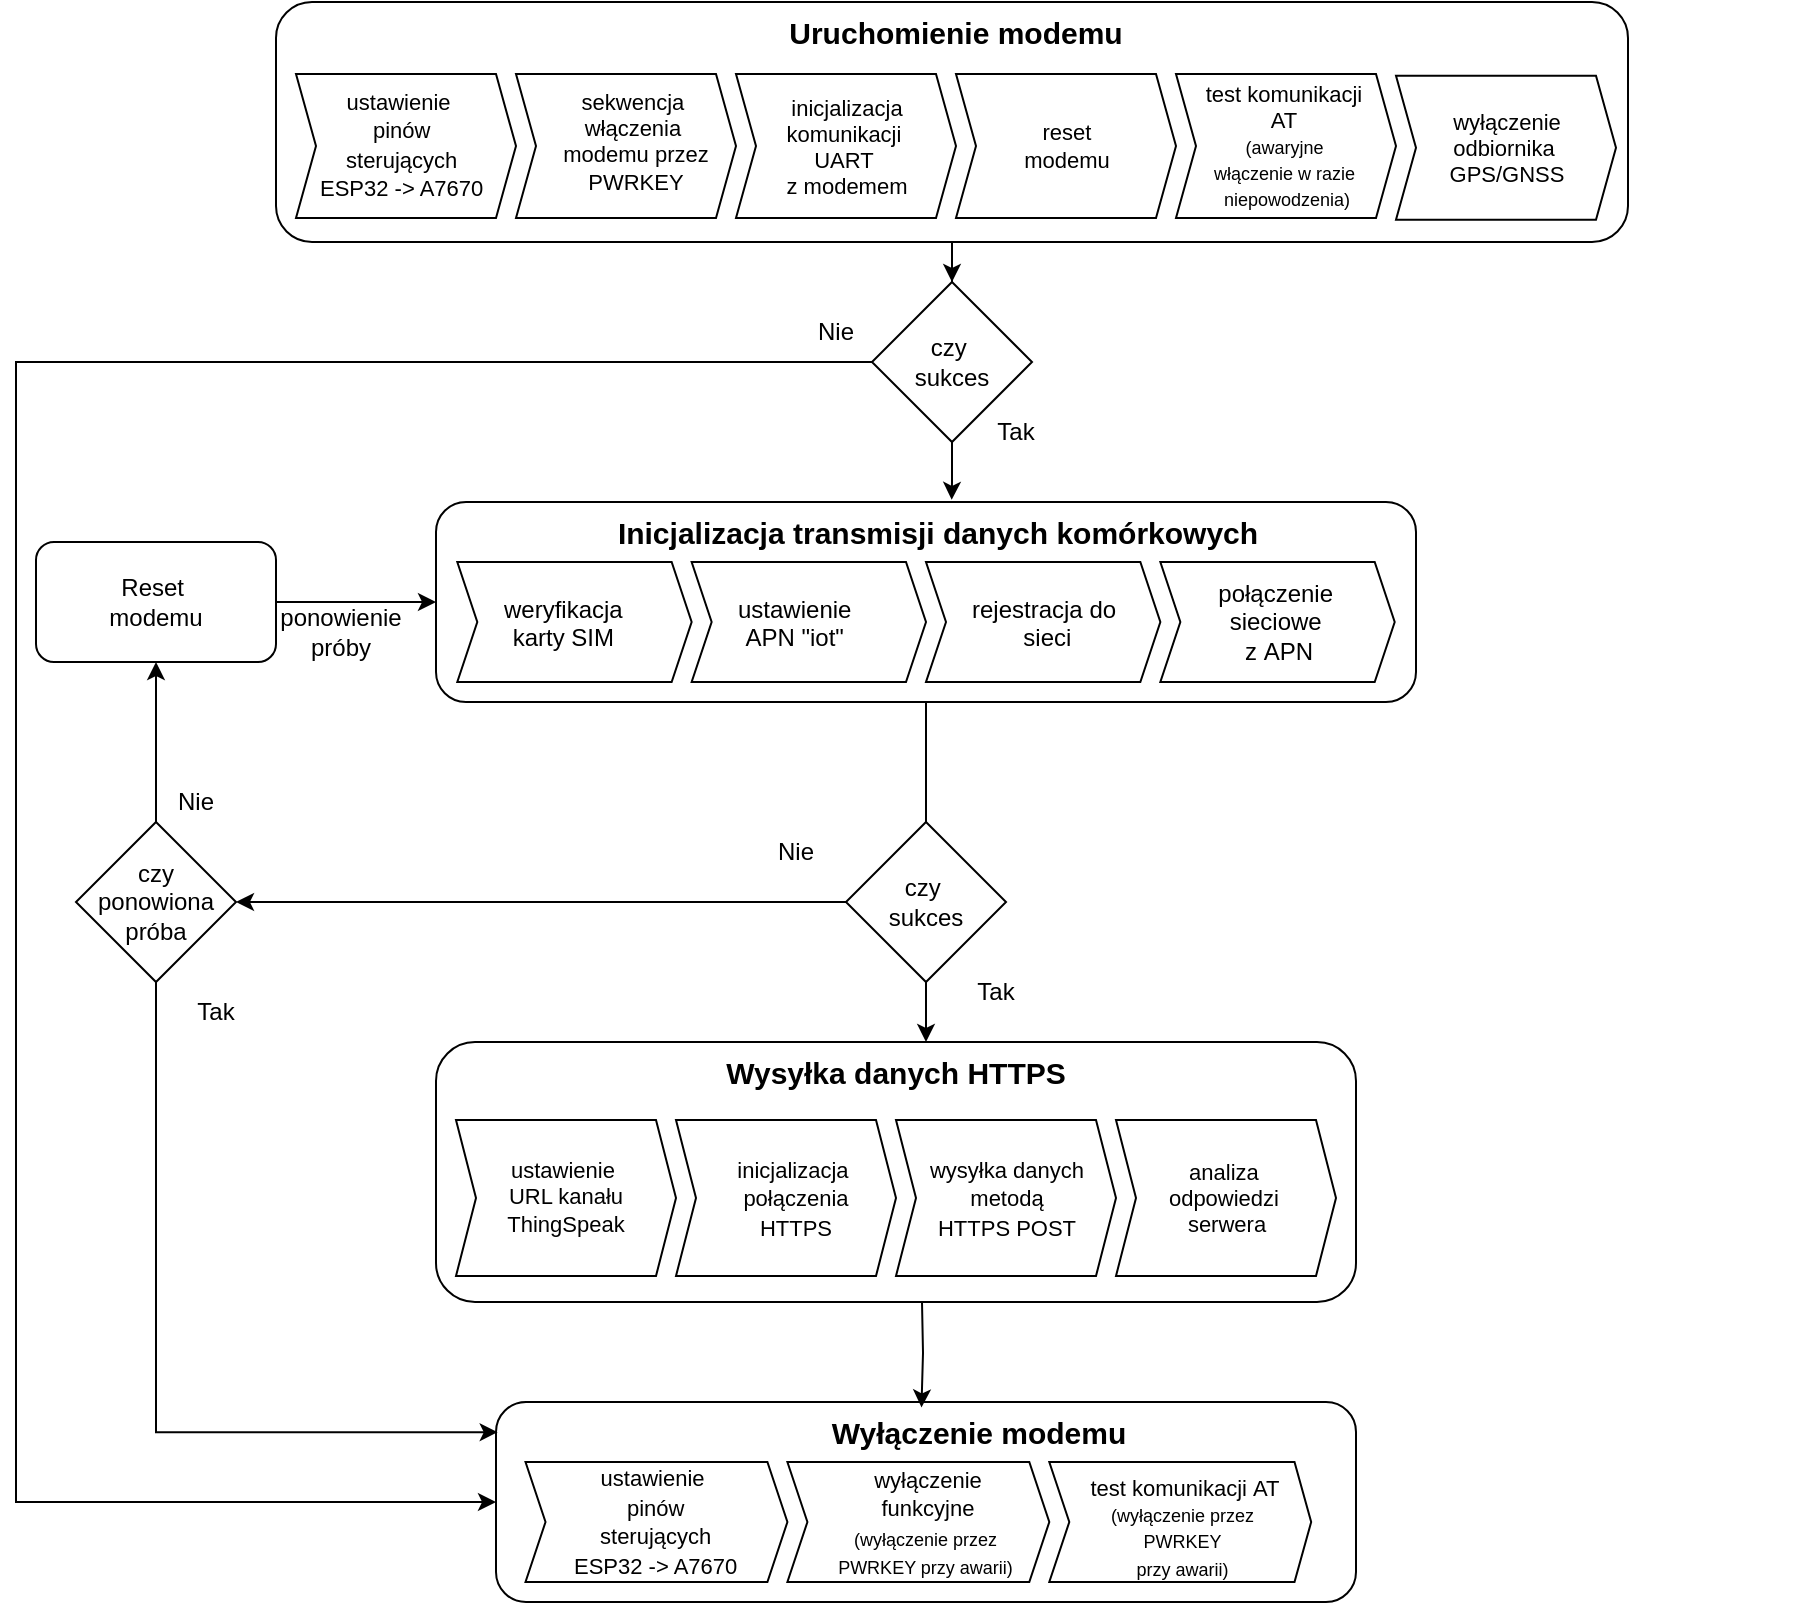
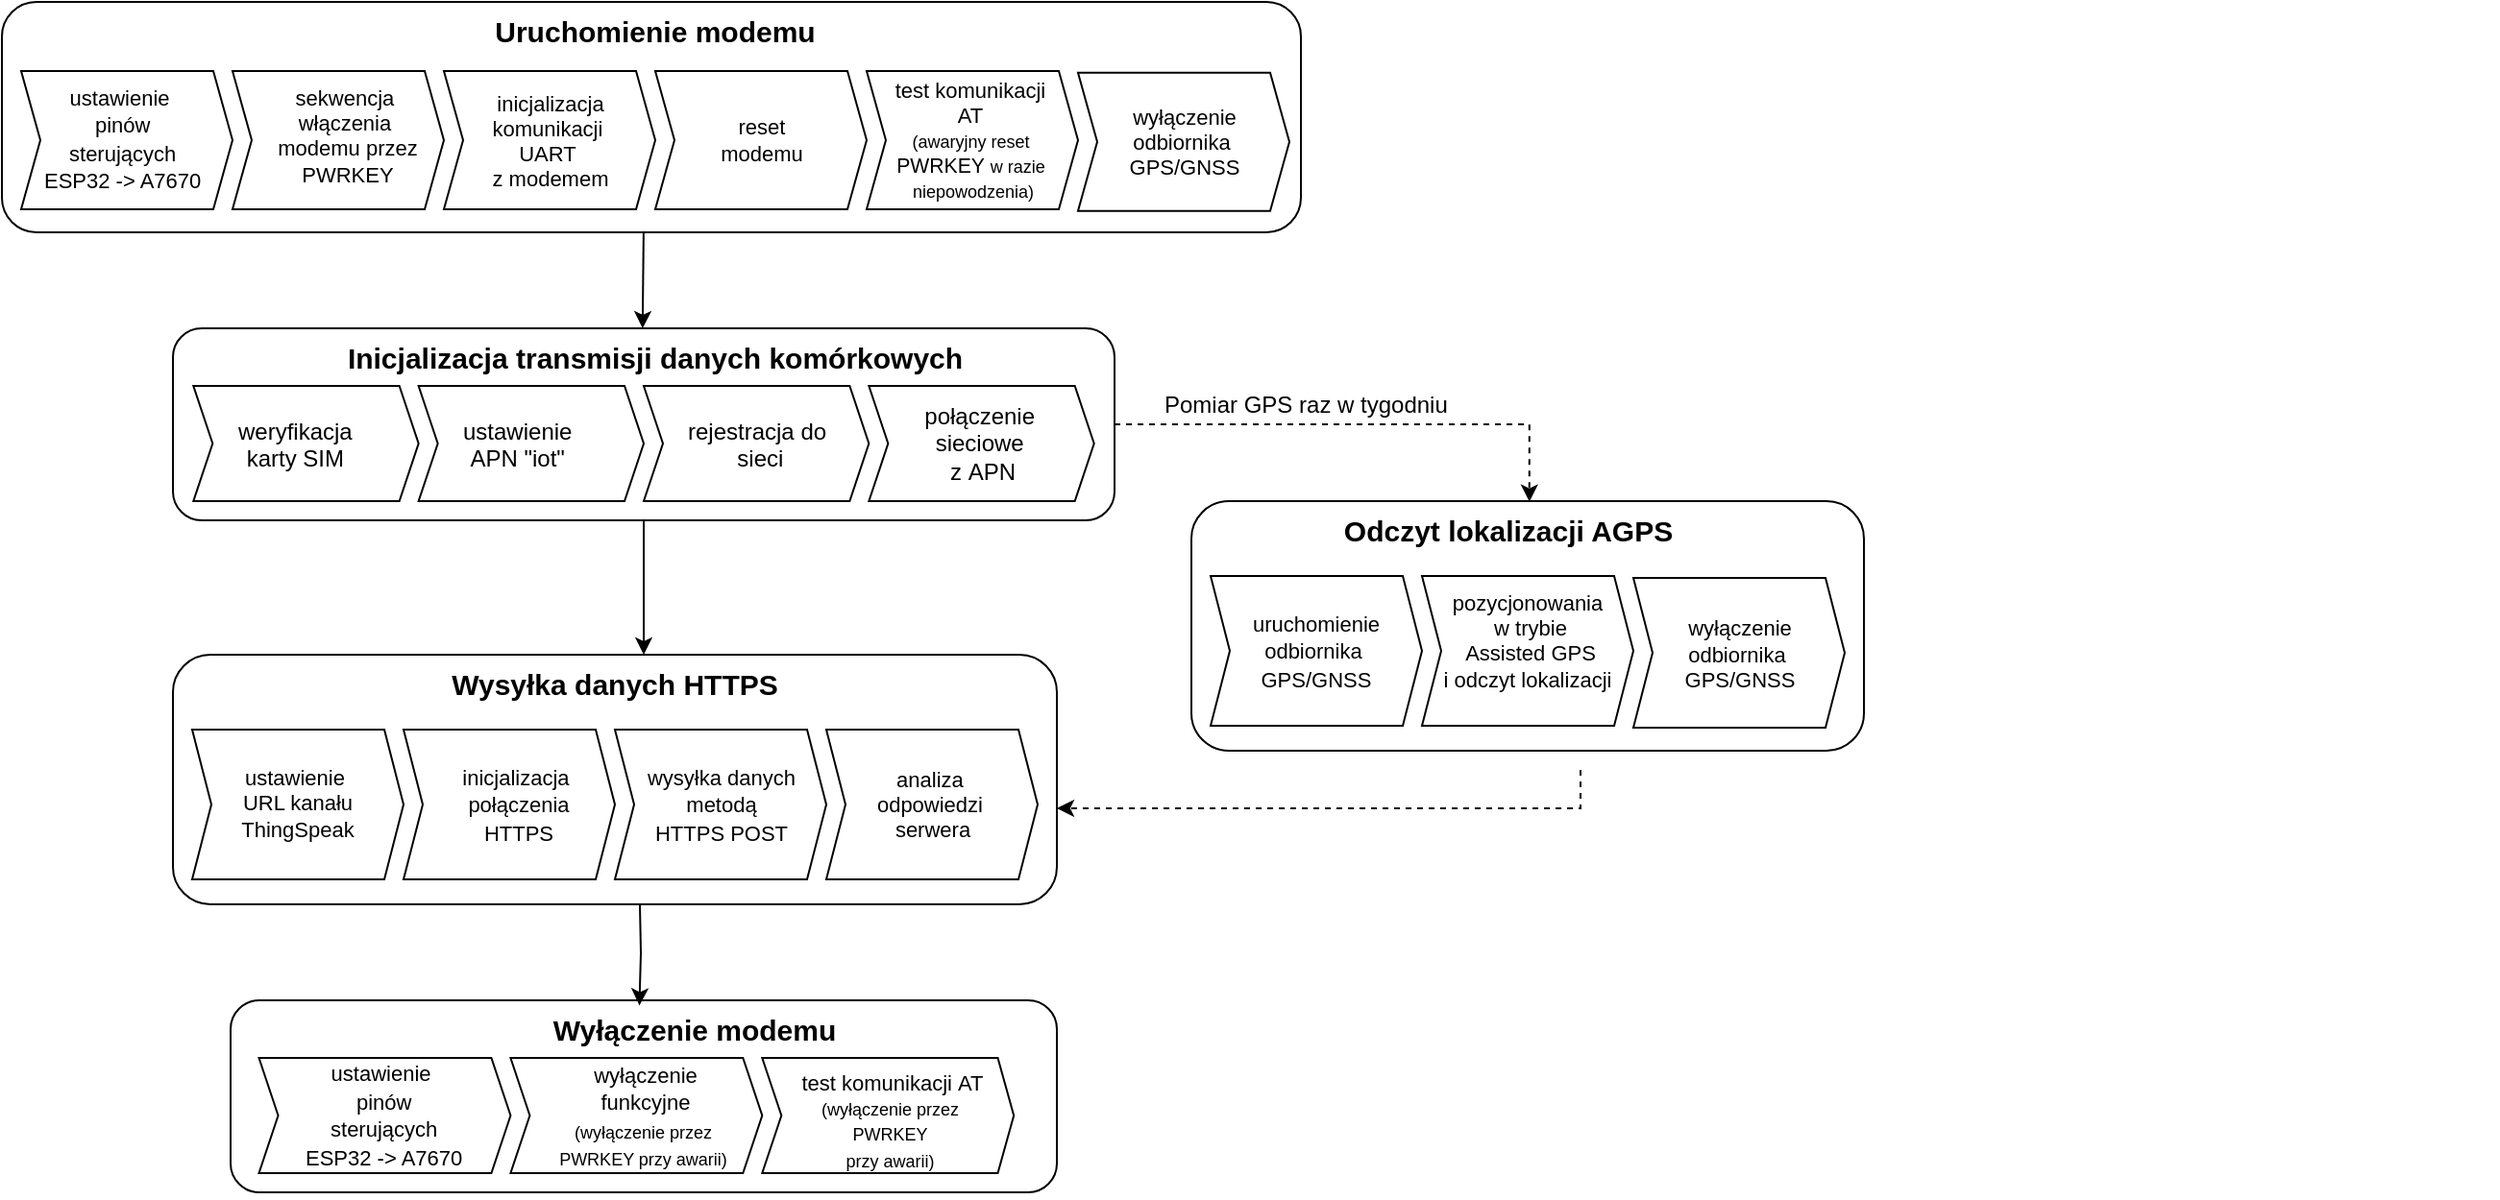
<mxfile host="app.diagrams.net">
  <diagram name="Strona-1" id="qUiWrLwNQSNPpPlMcjFA">
-     <mxGraphModel dx="1141" dy="1971" grid="1" gridSize="10" guides="1" tooltips="1" connect="1" arrows="1" fold="1" page="1" pageScale="1" pageWidth="827" pageHeight="1169" math="0" shadow="0">
+     <mxGraphModel dx="990" dy="653" grid="1" gridSize="10" guides="1" tooltips="1" connect="1" arrows="1" fold="1" page="1" pageScale="1" pageWidth="827" pageHeight="1169" math="0" shadow="0">
      <root>
        <mxCell id="0" />
        <mxCell id="1" parent="0" />
        <mxCell id="zzqq1YDTvUKB0URQ00NY-44" connectable="0" parent="1" style="group" value="" vertex="1">
-           <mxGeometry height="100" width="490.6521739130435" x="650" y="110" as="geometry" />
+           <mxGeometry height="100" width="490.6521739130435" x="650" y="210" as="geometry" />
        </mxCell>
        <mxCell id="zzqq1YDTvUKB0URQ00NY-41" parent="zzqq1YDTvUKB0URQ00NY-44" style="rounded=1;whiteSpace=wrap;html=1;fillColor=none;" value="" vertex="1">
          <mxGeometry height="100" width="490.0000000000001" as="geometry" />
        </mxCell>
        <mxCell id="zzqq1YDTvUKB0URQ00NY-43" connectable="0" parent="zzqq1YDTvUKB0URQ00NY-44" style="group" value="" vertex="1">
          <mxGeometry height="90" width="480" x="10.65217391304348" as="geometry" />
        </mxCell>
        <mxCell id="zzqq1YDTvUKB0URQ00NY-32" parent="zzqq1YDTvUKB0URQ00NY-43" style="html=1;shadow=0;dashed=0;align=center;verticalAlign=middle;shape=mxgraph.arrows2.arrow;dy=0;dx=10;notch=10;" value="" vertex="1">
          <mxGeometry height="60" width="117.17391304347828" y="30" as="geometry" />
        </mxCell>
        <mxCell id="zzqq1YDTvUKB0URQ00NY-34" parent="zzqq1YDTvUKB0URQ00NY-43" style="text;whiteSpace=wrap;html=1;" value="&lt;span style=&quot;caret-color: rgb(0, 0, 0); color: rgb(0, 0, 0); font-family: Helvetica; font-size: 12.000001px; font-style: normal; font-variant-caps: normal; font-weight: 400; letter-spacing: normal; orphans: 2; text-align: center; text-indent: 0px; text-transform: none; white-space: nowrap; widows: 2; word-spacing: 0px; -webkit-text-stroke-width: 0px; text-decoration-line: none; text-decoration-thickness: auto; text-decoration-style: solid;&quot;&gt;weryfikacja&lt;/span&gt;&lt;div style=&quot;caret-color: rgb(0, 0, 0); color: rgb(0, 0, 0); font-family: Helvetica; font-size: 12.000001px; font-style: normal; font-variant-caps: normal; font-weight: 400; letter-spacing: normal; orphans: 2; text-align: center; text-indent: 0px; text-transform: none; white-space: nowrap; widows: 2; word-spacing: 0px; -webkit-text-stroke-width: 0px; text-decoration-line: none; text-decoration-thickness: auto; text-decoration-style: solid;&quot;&gt;karty SIM&lt;/div&gt;" vertex="1">
          <mxGeometry height="50" width="95.86956521739131" x="21.30434782608696" y="40" as="geometry" />
        </mxCell>
        <mxCell id="zzqq1YDTvUKB0URQ00NY-35" parent="zzqq1YDTvUKB0URQ00NY-43" style="html=1;shadow=0;dashed=0;align=center;verticalAlign=middle;shape=mxgraph.arrows2.arrow;dy=0;dx=10;notch=10;" value="" vertex="1">
          <mxGeometry height="60" width="117.17391304347828" x="117.17391304347828" y="30" as="geometry" />
        </mxCell>
        <mxCell id="zzqq1YDTvUKB0URQ00NY-36" parent="zzqq1YDTvUKB0URQ00NY-43" style="text;whiteSpace=wrap;html=1;" value="&lt;div style=&quot;text-align: center;&quot;&gt;&lt;span style=&quot;font-size: 12px; caret-color: rgb(0, 0, 0); text-wrap-mode: nowrap;&quot;&gt;&lt;font color=&quot;#000000&quot;&gt;ustawienie&lt;/font&gt;&lt;/span&gt;&lt;/div&gt;&lt;div style=&quot;text-align: center;&quot;&gt;&lt;span style=&quot;font-size: 12px; caret-color: rgb(0, 0, 0); text-wrap-mode: nowrap;&quot;&gt;&lt;font color=&quot;#000000&quot;&gt;APN&amp;nbsp;&lt;/font&gt;&lt;/span&gt;&lt;span style=&quot;font-size: 12px; white-space: nowrap;&quot;&gt;&quot;iot&quot;&lt;/span&gt;&lt;/div&gt;" vertex="1">
          <mxGeometry height="50" width="95.86956521739131" x="138.47826086956525" y="40" as="geometry" />
        </mxCell>
        <mxCell id="zzqq1YDTvUKB0URQ00NY-37" parent="zzqq1YDTvUKB0URQ00NY-43" style="html=1;shadow=0;dashed=0;align=center;verticalAlign=middle;shape=mxgraph.arrows2.arrow;dy=0;dx=10;notch=10;" value="" vertex="1">
          <mxGeometry height="60" width="117.17391304347828" x="234.34782608695656" y="30" as="geometry" />
        </mxCell>
        <mxCell id="zzqq1YDTvUKB0URQ00NY-38" parent="zzqq1YDTvUKB0URQ00NY-43" style="text;whiteSpace=wrap;html=1;" value="&lt;div style=&quot;text-align: center;&quot;&gt;&lt;span style=&quot;caret-color: rgb(0, 0, 0); text-wrap-mode: nowrap;&quot;&gt;rejestracja do&amp;nbsp;&lt;/span&gt;&lt;/div&gt;&lt;div style=&quot;text-align: center;&quot;&gt;&lt;span style=&quot;caret-color: rgb(0, 0, 0); text-wrap-mode: nowrap;&quot;&gt;sieci&lt;/span&gt;&lt;/div&gt;" vertex="1">
          <mxGeometry height="50" width="95.86956521739131" x="255.6521739130435" y="40" as="geometry" />
        </mxCell>
        <mxCell id="zzqq1YDTvUKB0URQ00NY-39" parent="zzqq1YDTvUKB0URQ00NY-43" style="html=1;shadow=0;dashed=0;align=center;verticalAlign=middle;shape=mxgraph.arrows2.arrow;dy=0;dx=10;notch=10;" value="połączenie&amp;nbsp;&lt;div&gt;sieciowe&amp;nbsp;&lt;/div&gt;&lt;div&gt;z&amp;nbsp;&lt;span style=&quot;font-size: 12px;&quot;&gt;APN&lt;/span&gt;&lt;/div&gt;" vertex="1">
          <mxGeometry height="60" width="117.17391304347828" x="351.52173913043487" y="30" as="geometry" />
        </mxCell>
        <mxCell id="zzqq1YDTvUKB0URQ00NY-42" parent="zzqq1YDTvUKB0URQ00NY-43" style="text;whiteSpace=wrap;html=1;align=center;" value="&lt;div style=&quot;&quot;&gt;&lt;span style=&quot;&quot;&gt;&lt;b&gt;&lt;font style=&quot;font-size: 15px;&quot;&gt;Inicjalizacja transmisji danych komórkowych&lt;/font&gt;&lt;/b&gt;&lt;/span&gt;&lt;br&gt;&lt;/div&gt;" vertex="1">
          <mxGeometry height="50" width="480" as="geometry" />
        </mxCell>
        <mxCell id="zzqq1YDTvUKB0URQ00NY-64" connectable="0" parent="1" style="group" value="" vertex="1">
-           <mxGeometry height="120" width="680" x="570" y="-140" as="geometry" />
+           <mxGeometry height="120" width="680" x="561" y="40" as="geometry" />
        </mxCell>
        <mxCell id="zzqq1YDTvUKB0URQ00NY-47" parent="zzqq1YDTvUKB0URQ00NY-64" style="rounded=1;whiteSpace=wrap;html=1;fillColor=none;" value="" vertex="1">
          <mxGeometry height="120" width="676" as="geometry" />
        </mxCell>
        <mxCell id="zzqq1YDTvUKB0URQ00NY-63" connectable="0" parent="zzqq1YDTvUKB0URQ00NY-64" style="group" value="" vertex="1">
          <mxGeometry height="108.92307692307693" width="670" x="10" as="geometry" />
        </mxCell>
        <mxCell id="zzqq1YDTvUKB0URQ00NY-48" connectable="0" parent="zzqq1YDTvUKB0URQ00NY-63" style="group" value="" vertex="1">
          <mxGeometry height="108" width="670" as="geometry" />
        </mxCell>
        <mxCell id="zzqq1YDTvUKB0URQ00NY-49" parent="zzqq1YDTvUKB0URQ00NY-48" style="html=1;shadow=0;dashed=0;align=center;verticalAlign=middle;shape=mxgraph.arrows2.arrow;dy=0;dx=10;notch=10;" value="" vertex="1">
          <mxGeometry height="72" width="110" y="36" as="geometry" />
        </mxCell>
        <mxCell id="zzqq1YDTvUKB0URQ00NY-51" parent="zzqq1YDTvUKB0URQ00NY-48" style="html=1;shadow=0;dashed=0;align=center;verticalAlign=middle;shape=mxgraph.arrows2.arrow;dy=0;dx=10;notch=10;" value="" vertex="1">
          <mxGeometry height="72" width="110" x="110" y="36" as="geometry" />
        </mxCell>
        <mxCell id="zzqq1YDTvUKB0URQ00NY-52" parent="zzqq1YDTvUKB0URQ00NY-48" style="text;whiteSpace=wrap;html=1;fontSize=11;align=center;" value="&lt;div style=&quot;&quot;&gt;&lt;span style=&quot;caret-color: rgb(0, 0, 0); text-wrap-mode: nowrap;&quot;&gt;sekwencja&amp;nbsp;&lt;/span&gt;&lt;/div&gt;&lt;div style=&quot;&quot;&gt;&lt;span style=&quot;caret-color: rgb(0, 0, 0); text-wrap-mode: nowrap;&quot;&gt;włączenia&amp;nbsp;&lt;/span&gt;&lt;/div&gt;&lt;div style=&quot;&quot;&gt;&lt;span style=&quot;caret-color: rgb(0, 0, 0); text-wrap-mode: nowrap;&quot;&gt;modemu przez&lt;/span&gt;&lt;/div&gt;&lt;div style=&quot;&quot;&gt;&lt;span style=&quot;caret-color: rgb(0, 0, 0); text-wrap-mode: nowrap;&quot;&gt;PWRKEY&lt;/span&gt;&lt;/div&gt;&lt;div style=&quot;&quot;&gt;&lt;span style=&quot;caret-color: rgb(0, 0, 0); text-wrap-mode: nowrap;&quot;&gt;&lt;br&gt;&lt;/span&gt;&lt;/div&gt;&lt;div style=&quot;&quot;&gt;&lt;br&gt;&lt;/div&gt;" vertex="1">
          <mxGeometry height="71.07692307692308" width="120" x="110" y="36.92307692307693" as="geometry" />
        </mxCell>
        <mxCell id="zzqq1YDTvUKB0URQ00NY-53" parent="zzqq1YDTvUKB0URQ00NY-48" style="html=1;shadow=0;dashed=0;align=center;verticalAlign=middle;shape=mxgraph.arrows2.arrow;dy=0;dx=10;notch=10;" value="&lt;span style=&quot;font-size: 11px; float: none; display: inline !important; caret-color: rgb(0, 0, 0); color: rgb(0, 0, 0); text-decoration-color: currentcolor;&quot;&gt;inicjalizacja&lt;/span&gt;&lt;div style=&quot;font-size: 11px; white-space: normal; caret-color: rgb(0, 0, 0); color: rgb(0, 0, 0);&quot;&gt;&lt;span style=&quot;text-wrap-mode: nowrap;&quot;&gt;komunikacji&amp;nbsp;&lt;/span&gt;&lt;/div&gt;&lt;div style=&quot;font-size: 11px; white-space: normal; caret-color: rgb(0, 0, 0); color: rgb(0, 0, 0);&quot;&gt;&lt;span style=&quot;text-wrap-mode: nowrap;&quot;&gt;UART&amp;nbsp;&lt;/span&gt;&lt;/div&gt;&lt;div style=&quot;font-size: 11px; white-space: normal; caret-color: rgb(0, 0, 0); color: rgb(0, 0, 0);&quot;&gt;&lt;span style=&quot;text-wrap-mode: nowrap;&quot;&gt;z modemem&lt;/span&gt;&lt;/div&gt;" vertex="1">
          <mxGeometry height="72" width="110" x="220" y="36" as="geometry" />
        </mxCell>
        <mxCell id="zzqq1YDTvUKB0URQ00NY-55" parent="zzqq1YDTvUKB0URQ00NY-48" style="html=1;shadow=0;dashed=0;align=center;verticalAlign=middle;shape=mxgraph.arrows2.arrow;dy=0;dx=10;notch=10;fontSize=11;labelBackgroundColor=none;" value="reset&lt;div&gt;modemu&lt;/div&gt;" vertex="1">
          <mxGeometry height="72" width="110" x="330" y="36" as="geometry" />
        </mxCell>
        <mxCell id="zzqq1YDTvUKB0URQ00NY-56" parent="zzqq1YDTvUKB0URQ00NY-48" style="text;whiteSpace=wrap;html=1;align=center;" value="&lt;div style=&quot;&quot;&gt;&lt;b&gt;&lt;font style=&quot;font-size: 15px;&quot;&gt;Uruchomienie modemu&lt;/font&gt;&lt;/b&gt;&lt;/div&gt;" vertex="1">
          <mxGeometry height="60" width="680" x="-10" as="geometry" />
        </mxCell>
        <mxCell id="zzqq1YDTvUKB0URQ00NY-50" parent="zzqq1YDTvUKB0URQ00NY-48" style="text;whiteSpace=wrap;html=1;" value="&lt;div style=&quot;text-align: center;&quot;&gt;&lt;span style=&quot;text-wrap-mode: nowrap;&quot;&gt;&lt;font style=&quot;font-size: 11px;&quot;&gt;ustawienie&amp;nbsp;&lt;/font&gt;&lt;/span&gt;&lt;/div&gt;&lt;div style=&quot;text-align: center;&quot;&gt;&lt;span style=&quot;text-wrap-mode: nowrap;&quot;&gt;&lt;font style=&quot;font-size: 11px;&quot;&gt;pinów&lt;/font&gt;&lt;/span&gt;&lt;/div&gt;&lt;div style=&quot;text-align: center;&quot;&gt;&lt;span style=&quot;text-wrap-mode: nowrap;&quot;&gt;&lt;font style=&quot;font-size: 11px;&quot;&gt;&amp;nbsp;sterujących&amp;nbsp;&lt;/font&gt;&lt;/span&gt;&lt;/div&gt;&lt;div style=&quot;text-align: center;&quot;&gt;&lt;span style=&quot;font-size: 11px; text-wrap-mode: nowrap;&quot;&gt;ESP32 -&amp;gt; A7670&lt;/span&gt;&lt;/div&gt;&lt;div style=&quot;text-align: center;&quot;&gt;&lt;span style=&quot;text-wrap-mode: nowrap;&quot;&gt;&lt;br&gt;&lt;/span&gt;&lt;/div&gt;" vertex="1">
          <mxGeometry height="60" width="90" x="10" y="36" as="geometry" />
        </mxCell>
-         <mxCell id="zzqq1YDTvUKB0URQ00NY-58" parent="zzqq1YDTvUKB0URQ00NY-63" style="html=1;shadow=0;dashed=0;align=center;verticalAlign=middle;shape=mxgraph.arrows2.arrow;dy=0;dx=10;notch=10;fontSize=11;" value="test komunikacji&amp;nbsp;&lt;div&gt;AT&amp;nbsp;&lt;div&gt;&lt;font style=&quot;font-size: 9px;&quot;&gt;(awaryjne&amp;nbsp;&lt;/font&gt;&lt;/div&gt;&lt;div&gt;&lt;font style=&quot;font-size: 9px;&quot;&gt;włączenie w razie&amp;nbsp;&lt;/font&gt;&lt;/div&gt;&lt;div&gt;&lt;font style=&quot;font-size: 9px;&quot;&gt;niepowodzenia)&lt;/font&gt;&lt;/div&gt;&lt;/div&gt;" vertex="1">
+         <mxCell id="zzqq1YDTvUKB0URQ00NY-58" parent="zzqq1YDTvUKB0URQ00NY-63" style="html=1;shadow=0;dashed=0;align=center;verticalAlign=middle;shape=mxgraph.arrows2.arrow;dy=0;dx=10;notch=10;fontSize=11;" value="test komunikacji&amp;nbsp;&lt;div&gt;AT&amp;nbsp;&lt;div&gt;&lt;font style=&quot;font-size: 9px;&quot;&gt;(awaryjny reset&amp;nbsp;&lt;/font&gt;&lt;/div&gt;&lt;div&gt;&lt;span style=&quot;font-size: 10.588235px;&quot;&gt;PWRKEY&amp;nbsp;&lt;/span&gt;&lt;span style=&quot;font-size: 9px;&quot;&gt;w razie&amp;nbsp;&lt;/span&gt;&lt;/div&gt;&lt;div&gt;&lt;font style=&quot;font-size: 9px;&quot;&gt;niepowodzenia)&lt;/font&gt;&lt;/div&gt;&lt;/div&gt;" vertex="1">
          <mxGeometry height="72" width="110" x="440" y="36" as="geometry" />
        </mxCell>
        <mxCell id="zzqq1YDTvUKB0URQ00NY-59" parent="zzqq1YDTvUKB0URQ00NY-63" style="html=1;shadow=0;dashed=0;align=center;verticalAlign=middle;shape=mxgraph.arrows2.arrow;dy=0;dx=10;notch=10;fontSize=11;" value="wyłączenie&lt;div&gt;odbiornika&amp;nbsp;&lt;/div&gt;&lt;div&gt;GPS/GNSS&lt;/div&gt;" vertex="1">
          <mxGeometry height="72" width="110" x="550" y="36.92307692307693" as="geometry" />
        </mxCell>
-         <mxCell id="zzqq1YDTvUKB0URQ00NY-69" edge="1" parent="1" source="zzqq1YDTvUKB0URQ00NY-65" style="edgeStyle=orthogonalEdgeStyle;rounded=0;orthogonalLoop=1;jettySize=auto;html=1;fontSize=13;entryX=0.515;entryY=-0.022;entryDx=0;entryDy=0;entryPerimeter=0;" target="zzqq1YDTvUKB0URQ00NY-42" value="">
-           <mxGeometry relative="1" as="geometry" />
-         </mxCell>
-         <mxCell id="zzqq1YDTvUKB0URQ00NY-126" edge="1" parent="1" source="zzqq1YDTvUKB0URQ00NY-65" style="edgeStyle=orthogonalEdgeStyle;rounded=0;orthogonalLoop=1;jettySize=auto;html=1;entryX=0;entryY=0.5;entryDx=0;entryDy=0;" target="zzqq1YDTvUKB0URQ00NY-73">
-           <mxGeometry relative="1" as="geometry">
-             <Array as="points">
-               <mxPoint x="440" y="40" />
-               <mxPoint x="440" y="610" />
-             </Array>
-             <mxPoint x="430" y="730" as="targetPoint" />
-           </mxGeometry>
-         </mxCell>
-         <mxCell id="zzqq1YDTvUKB0URQ00NY-65" parent="1" style="rhombus;whiteSpace=wrap;html=1;" value="czy&amp;nbsp;&lt;div&gt;sukces&lt;/div&gt;" vertex="1">
-           <mxGeometry height="80" width="80" x="868" as="geometry" />
-         </mxCell>
-         <mxCell id="zzqq1YDTvUKB0URQ00NY-66" parent="1" style="text;html=1;whiteSpace=wrap;strokeColor=none;fillColor=none;align=center;verticalAlign=middle;rounded=0;" value="Nie" vertex="1">
-           <mxGeometry height="30" width="60" x="820" y="10" as="geometry" />
-         </mxCell>
-         <mxCell id="zzqq1YDTvUKB0URQ00NY-94" parent="1" style="text;html=1;whiteSpace=wrap;strokeColor=none;fillColor=none;align=center;verticalAlign=middle;rounded=0;" value="Tak" vertex="1">
-           <mxGeometry height="30" width="60" x="910" y="60" as="geometry" />
-         </mxCell>
        <mxCell id="zzqq1YDTvUKB0URQ00NY-108" edge="1" parent="1" source="zzqq1YDTvUKB0URQ00NY-41" style="edgeStyle=orthogonalEdgeStyle;rounded=0;orthogonalLoop=1;jettySize=auto;html=1;entryX=0.5;entryY=0;entryDx=0;entryDy=0;exitX=0.5;exitY=1;exitDx=0;exitDy=0;">
          <mxGeometry relative="1" as="geometry">
            <mxPoint x="895" y="380" as="targetPoint" />
          </mxGeometry>
-         </mxCell>
-         <mxCell id="zzqq1YDTvUKB0URQ00NY-119" edge="1" parent="1" source="zzqq1YDTvUKB0URQ00NY-109" style="edgeStyle=orthogonalEdgeStyle;rounded=0;orthogonalLoop=1;jettySize=auto;html=1;" target="zzqq1YDTvUKB0URQ00NY-115">
-           <mxGeometry relative="1" as="geometry" />
-         </mxCell>
-         <mxCell id="zzqq1YDTvUKB0URQ00NY-109" parent="1" style="rhombus;whiteSpace=wrap;html=1;" value="czy&amp;nbsp;&lt;div&gt;sukces&lt;/div&gt;" vertex="1">
-           <mxGeometry height="80" width="80" x="855" y="270" as="geometry" />
-         </mxCell>
-         <mxCell id="zzqq1YDTvUKB0URQ00NY-110" parent="1" style="text;html=1;whiteSpace=wrap;strokeColor=none;fillColor=none;align=center;verticalAlign=middle;rounded=0;" value="Tak" vertex="1">
-           <mxGeometry height="30" width="60" x="900" y="340" as="geometry" />
-         </mxCell>
-         <mxCell id="zzqq1YDTvUKB0URQ00NY-111" parent="1" style="text;html=1;whiteSpace=wrap;strokeColor=none;fillColor=none;align=center;verticalAlign=middle;rounded=0;" value="Nie" vertex="1">
-           <mxGeometry height="30" width="60" x="800" y="270" as="geometry" />
-         </mxCell>
-         <mxCell id="zzqq1YDTvUKB0URQ00NY-121" edge="1" parent="1" source="zzqq1YDTvUKB0URQ00NY-113" style="edgeStyle=orthogonalEdgeStyle;rounded=0;orthogonalLoop=1;jettySize=auto;html=1;entryX=0;entryY=0.5;entryDx=0;entryDy=0;" target="zzqq1YDTvUKB0URQ00NY-41" value="">
-           <mxGeometry relative="1" as="geometry" />
-         </mxCell>
-         <mxCell id="zzqq1YDTvUKB0URQ00NY-113" parent="1" style="rounded=1;whiteSpace=wrap;html=1;" value="Reset&amp;nbsp;&lt;div&gt;modemu&lt;/div&gt;" vertex="1">
-           <mxGeometry height="60" width="120" x="450" y="130" as="geometry" />
-         </mxCell>
-         <mxCell id="zzqq1YDTvUKB0URQ00NY-114" edge="1" parent="1" source="zzqq1YDTvUKB0URQ00NY-115" style="edgeStyle=orthogonalEdgeStyle;rounded=0;orthogonalLoop=1;jettySize=auto;html=1;" target="zzqq1YDTvUKB0URQ00NY-113" value="">
-           <mxGeometry relative="1" as="geometry" />
-         </mxCell>
-         <mxCell id="zzqq1YDTvUKB0URQ00NY-122" edge="1" parent="1" source="zzqq1YDTvUKB0URQ00NY-115" style="edgeStyle=orthogonalEdgeStyle;rounded=0;orthogonalLoop=1;jettySize=auto;html=1;entryX=0.002;entryY=0.151;entryDx=0;entryDy=0;entryPerimeter=0;" target="zzqq1YDTvUKB0URQ00NY-73">
-           <mxGeometry relative="1" as="geometry">
-             <Array as="points">
-               <mxPoint x="510" y="575" />
-             </Array>
-           </mxGeometry>
-         </mxCell>
-         <mxCell id="zzqq1YDTvUKB0URQ00NY-115" parent="1" style="rhombus;whiteSpace=wrap;html=1;" value="czy ponowiona próba" vertex="1">
-           <mxGeometry height="80" width="80" x="470" y="270" as="geometry" />
-         </mxCell>
-         <mxCell id="zzqq1YDTvUKB0URQ00NY-116" parent="1" style="text;html=1;whiteSpace=wrap;strokeColor=none;fillColor=none;align=center;verticalAlign=middle;rounded=0;" value="Nie" vertex="1">
-           <mxGeometry height="30" width="60" x="500" y="245" as="geometry" />
-         </mxCell>
-         <mxCell id="zzqq1YDTvUKB0URQ00NY-117" parent="1" style="text;html=1;whiteSpace=wrap;strokeColor=none;fillColor=none;align=center;verticalAlign=middle;rounded=0;" value="Tak" vertex="1">
-           <mxGeometry height="30" width="60" x="510" y="350" as="geometry" />
-         </mxCell>
-         <mxCell id="zzqq1YDTvUKB0URQ00NY-120" parent="1" style="text;html=1;whiteSpace=wrap;strokeColor=none;fillColor=none;align=center;verticalAlign=middle;rounded=0;" value="ponowienie próby" vertex="1">
-           <mxGeometry height="30" width="95" x="555" y="160" as="geometry" />
-         </mxCell>
-         <mxCell id="zzqq1YDTvUKB0URQ00NY-128" edge="1" parent="1" source="zzqq1YDTvUKB0URQ00NY-47" style="edgeStyle=orthogonalEdgeStyle;rounded=0;orthogonalLoop=1;jettySize=auto;html=1;entryX=0.5;entryY=0;entryDx=0;entryDy=0;" target="zzqq1YDTvUKB0URQ00NY-65">
-           <mxGeometry relative="1" as="geometry" />
        </mxCell>
        <mxCell id="zzqq1YDTvUKB0URQ00NY-129" edge="1" parent="1" style="edgeStyle=orthogonalEdgeStyle;rounded=0;orthogonalLoop=1;jettySize=auto;html=1;entryX=0.445;entryY=0.054;entryDx=0;entryDy=0;entryPerimeter=0;" target="zzqq1YDTvUKB0URQ00NY-82" value="">
          <mxGeometry relative="1" as="geometry">
            <mxPoint x="893" y="510" as="sourcePoint" />
          </mxGeometry>
        </mxCell>
        <mxCell id="zzqq1YDTvUKB0URQ00NY-73" parent="1" style="rounded=1;whiteSpace=wrap;html=1;fillColor=none;" value="" vertex="1">
          <mxGeometry height="100" width="430" x="680" y="560" as="geometry" />
        </mxCell>
        <mxCell id="zzqq1YDTvUKB0URQ00NY-133" connectable="0" parent="1" style="group" value="" vertex="1">
          <mxGeometry height="95" width="561" x="659" y="560" as="geometry" />
        </mxCell>
        <mxCell id="zzqq1YDTvUKB0URQ00NY-74" connectable="0" parent="zzqq1YDTvUKB0URQ00NY-133" style="group" value="" vertex="1">
          <mxGeometry height="95" width="525.2390438247013" x="35.76095617529881" as="geometry" />
        </mxCell>
        <mxCell id="zzqq1YDTvUKB0URQ00NY-75" parent="zzqq1YDTvUKB0URQ00NY-74" style="html=1;shadow=0;dashed=0;align=center;verticalAlign=middle;shape=mxgraph.arrows2.arrow;dy=0;dx=10;notch=10;" value="" vertex="1">
          <mxGeometry height="60" width="130.94534903862814" y="30" as="geometry" />
        </mxCell>
        <mxCell id="zzqq1YDTvUKB0URQ00NY-76" parent="zzqq1YDTvUKB0URQ00NY-74" style="text;whiteSpace=wrap;html=1;" value="&lt;div style=&quot;font-size: 12.000001px; text-align: center;&quot;&gt;&lt;span style=&quot;text-wrap-mode: nowrap;&quot;&gt;&lt;font style=&quot;font-size: 11px;&quot;&gt;&lt;br&gt;&lt;/font&gt;&lt;/span&gt;&lt;/div&gt;&lt;div style=&quot;font-size: 12.000001px; text-align: center;&quot;&gt;&lt;span style=&quot;text-wrap-mode: nowrap;&quot;&gt;&lt;font style=&quot;font-size: 11px;&quot;&gt;ustawienie&amp;nbsp;&lt;/font&gt;&lt;/span&gt;&lt;/div&gt;&lt;div style=&quot;font-size: 12.000001px; text-align: center;&quot;&gt;&lt;span style=&quot;text-wrap-mode: nowrap;&quot;&gt;&lt;font style=&quot;font-size: 11px;&quot;&gt;pinów&lt;/font&gt;&lt;/span&gt;&lt;/div&gt;&lt;div style=&quot;font-size: 12.000001px; text-align: center;&quot;&gt;&lt;span style=&quot;text-wrap-mode: nowrap;&quot;&gt;&lt;font style=&quot;font-size: 11px;&quot;&gt;&amp;nbsp;sterujących&amp;nbsp;&lt;/font&gt;&lt;/span&gt;&lt;/div&gt;&lt;div style=&quot;font-size: 12.000001px; text-align: center;&quot;&gt;&lt;span style=&quot;font-size: 11px; text-wrap-mode: nowrap;&quot;&gt;ESP32 -&amp;gt; A7670&lt;/span&gt;&lt;/div&gt;&lt;div&gt;&lt;span style=&quot;font-size: 11px; text-wrap-mode: nowrap;&quot;&gt;&lt;br&gt;&lt;/span&gt;&lt;/div&gt;" vertex="1">
          <mxGeometry height="80" width="108.5903784860558" x="22.350597609561756" y="10" as="geometry" />
        </mxCell>
        <mxCell id="zzqq1YDTvUKB0URQ00NY-77" parent="zzqq1YDTvUKB0URQ00NY-74" style="html=1;shadow=0;dashed=0;align=center;verticalAlign=middle;shape=mxgraph.arrows2.arrow;dy=0;dx=10;notch=10;" value="" vertex="1">
          <mxGeometry height="60" width="130.94534903862814" x="130.94534903862814" y="30" as="geometry" />
        </mxCell>
        <mxCell id="zzqq1YDTvUKB0URQ00NY-78" parent="zzqq1YDTvUKB0URQ00NY-74" style="text;whiteSpace=wrap;html=1;align=center;" value="&lt;div style=&quot;&quot;&gt;&lt;span style=&quot;caret-color: rgb(0, 0, 0); text-wrap-mode: nowrap;&quot;&gt;&lt;font style=&quot;font-size: 11px;&quot;&gt;wyłączenie&lt;/font&gt;&lt;/span&gt;&lt;/div&gt;&lt;div style=&quot;&quot;&gt;&lt;span style=&quot;caret-color: rgb(0, 0, 0); text-wrap-mode: nowrap;&quot;&gt;&lt;font style=&quot;font-size: 11px;&quot;&gt;funkcyjne&lt;/font&gt;&lt;/span&gt;&lt;/div&gt;&lt;div style=&quot;&quot;&gt;&lt;font style=&quot;font-size: 9px;&quot;&gt;&lt;span style=&quot;text-wrap-mode: nowrap;&quot;&gt;(wyłączenie&amp;nbsp;&lt;/span&gt;&lt;span style=&quot;white-space: nowrap;&quot;&gt;przez&amp;nbsp;&lt;/span&gt;&lt;/font&gt;&lt;/div&gt;&lt;div style=&quot;&quot;&gt;&lt;span style=&quot;white-space: nowrap;&quot;&gt;&lt;font style=&quot;font-size: 9px;&quot;&gt;&lt;font&gt;PWRKEY&lt;/font&gt;&lt;font&gt; przy awarii)&amp;nbsp;&lt;/font&gt;&lt;/font&gt;&lt;/span&gt;&lt;/div&gt;" vertex="1">
          <mxGeometry height="70" width="134.10358565737056" x="134.10358565737056" y="25" as="geometry" />
        </mxCell>
        <mxCell id="zzqq1YDTvUKB0URQ00NY-79" parent="zzqq1YDTvUKB0URQ00NY-74" style="html=1;shadow=0;dashed=0;align=center;verticalAlign=middle;shape=mxgraph.arrows2.arrow;dy=0;dx=8.34;notch=10;" value="" vertex="1">
          <mxGeometry height="60" width="130.94534903862814" x="261.8906980772563" y="30" as="geometry" />
        </mxCell>
        <mxCell id="zzqq1YDTvUKB0URQ00NY-80" parent="zzqq1YDTvUKB0URQ00NY-74" style="text;whiteSpace=wrap;html=1;align=center;fontSize=11;" value="&lt;span style=&quot;text-wrap-mode: nowrap;&quot;&gt;&lt;font&gt;test komunikacji&amp;nbsp;&lt;/font&gt;&lt;/span&gt;&lt;span style=&quot;white-space: nowrap;&quot;&gt;AT&lt;/span&gt;&lt;div&gt;&lt;font style=&quot;font-size: 9px;&quot;&gt;&lt;span style=&quot;white-space: nowrap;&quot;&gt;(wyłączenie&amp;nbsp;&lt;/span&gt;&lt;span style=&quot;white-space: nowrap;&quot;&gt;przez&amp;nbsp;&lt;/span&gt;&lt;/font&gt;&lt;/div&gt;&lt;div&gt;&lt;span style=&quot;white-space: nowrap;&quot;&gt;&lt;font style=&quot;font-size: 9px;&quot;&gt;&lt;font&gt;PWRKEY&lt;/font&gt;&lt;font&gt;&amp;nbsp;&lt;/font&gt;&lt;/font&gt;&lt;/span&gt;&lt;/div&gt;&lt;div&gt;&lt;span style=&quot;white-space: nowrap;&quot;&gt;&lt;font&gt;&lt;font style=&quot;font-size: 9px;&quot;&gt;przy awarii)&amp;nbsp;&lt;/font&gt;&lt;/font&gt;&lt;/span&gt;&lt;/div&gt;" vertex="1">
          <mxGeometry height="60" width="122.92828685258966" x="268.2071713147411" y="30" as="geometry" />
        </mxCell>
        <mxCell id="zzqq1YDTvUKB0URQ00NY-82" parent="zzqq1YDTvUKB0URQ00NY-133" style="text;whiteSpace=wrap;html=1;align=center;" value="&lt;div style=&quot;&quot;&gt;&lt;span style=&quot;&quot;&gt;&lt;b&gt;&lt;font style=&quot;font-size: 15px;&quot;&gt;Wyłączenie modemu&lt;/font&gt;&lt;/b&gt;&lt;/span&gt;&lt;br&gt;&lt;/div&gt;" vertex="1">
          <mxGeometry height="50" width="525.2390438247013" as="geometry" />
        </mxCell>
        <mxCell id="zzqq1YDTvUKB0URQ00NY-162" connectable="0" parent="1" style="group" value="" vertex="1">
          <mxGeometry height="140" width="680" x="650.0000000000001" y="380" as="geometry" />
        </mxCell>
        <mxCell id="zzqq1YDTvUKB0URQ00NY-163" parent="zzqq1YDTvUKB0URQ00NY-162" style="rounded=1;whiteSpace=wrap;html=1;fillColor=none;" value="" vertex="1">
          <mxGeometry height="130" width="460" as="geometry" />
        </mxCell>
        <mxCell id="zzqq1YDTvUKB0URQ00NY-164" connectable="0" parent="zzqq1YDTvUKB0URQ00NY-162" style="group" value="" vertex="1">
          <mxGeometry height="140" width="670" x="10" as="geometry" />
        </mxCell>
        <mxCell id="zzqq1YDTvUKB0URQ00NY-165" connectable="0" parent="zzqq1YDTvUKB0URQ00NY-164" style="group" value="" vertex="1">
          <mxGeometry height="140" width="670" as="geometry" />
        </mxCell>
        <mxCell id="zzqq1YDTvUKB0URQ00NY-166" parent="zzqq1YDTvUKB0URQ00NY-165" style="html=1;shadow=0;dashed=0;align=center;verticalAlign=middle;shape=mxgraph.arrows2.arrow;dy=0;dx=10;notch=10;" value="" vertex="1">
          <mxGeometry height="78" width="110" y="39" as="geometry" />
        </mxCell>
        <mxCell id="zzqq1YDTvUKB0URQ00NY-167" parent="zzqq1YDTvUKB0URQ00NY-165" style="html=1;shadow=0;dashed=0;align=center;verticalAlign=middle;shape=mxgraph.arrows2.arrow;dy=0;dx=10;notch=10;" value="" vertex="1">
          <mxGeometry height="78" width="110" x="110" y="39" as="geometry" />
        </mxCell>
        <mxCell id="zzqq1YDTvUKB0URQ00NY-168" parent="zzqq1YDTvUKB0URQ00NY-165" style="text;whiteSpace=wrap;html=1;fontSize=11;align=center;" value="&lt;div style=&quot;&quot;&gt;&lt;div style=&quot;font-size: 12.000001px;&quot;&gt;&lt;span style=&quot;font-size: 11px; text-wrap-mode: nowrap;&quot;&gt;inicjalizacja&lt;/span&gt;&lt;span style=&quot;font-size: 11px; white-space: nowrap;&quot;&gt;&amp;nbsp;&lt;/span&gt;&lt;/div&gt;&lt;div style=&quot;font-size: 12.000001px;&quot;&gt;&lt;span style=&quot;font-size: 11px; white-space: nowrap;&quot;&gt;połączenia&lt;/span&gt;&lt;/div&gt;&lt;div style=&quot;font-size: 12.000001px;&quot;&gt;&lt;span style=&quot;font-size: 11px; white-space: nowrap;&quot;&gt;HTTPS&lt;/span&gt;&lt;/div&gt;&lt;/div&gt;" vertex="1">
          <mxGeometry height="90" width="120" x="110" y="50" as="geometry" />
        </mxCell>
        <mxCell id="zzqq1YDTvUKB0URQ00NY-169" parent="zzqq1YDTvUKB0URQ00NY-165" style="html=1;shadow=0;dashed=0;align=center;verticalAlign=middle;shape=mxgraph.arrows2.arrow;dy=0;dx=10;notch=10;" value="&lt;font color=&quot;#000000&quot;&gt;&lt;span style=&quot;caret-color: rgb(0, 0, 0); font-size: 11px;&quot;&gt;wysyłka danych&lt;/span&gt;&lt;/font&gt;&lt;div&gt;&lt;span style=&quot;caret-color: rgb(0, 0, 0); font-size: 11px;&quot;&gt;metodą&lt;br&gt;&lt;/span&gt;&lt;div&gt;&lt;font color=&quot;#000000&quot;&gt;&lt;span style=&quot;caret-color: rgb(0, 0, 0); font-size: 11px;&quot;&gt;HTTPS POST&lt;/span&gt;&lt;/font&gt;&lt;/div&gt;&lt;/div&gt;" vertex="1">
          <mxGeometry height="78" width="110" x="220" y="39" as="geometry" />
        </mxCell>
        <mxCell id="zzqq1YDTvUKB0URQ00NY-170" parent="zzqq1YDTvUKB0URQ00NY-165" style="html=1;shadow=0;dashed=0;align=center;verticalAlign=middle;shape=mxgraph.arrows2.arrow;dy=0;dx=10;notch=10;fontSize=11;labelBackgroundColor=none;" value="analiza&amp;nbsp;&lt;div&gt;odpowiedzi&amp;nbsp;&lt;/div&gt;&lt;div&gt;serwera&lt;/div&gt;" vertex="1">
          <mxGeometry height="78" width="110" x="330" y="39" as="geometry" />
        </mxCell>
        <mxCell id="zzqq1YDTvUKB0URQ00NY-171" parent="zzqq1YDTvUKB0URQ00NY-165" style="text;whiteSpace=wrap;html=1;align=center;" value="&lt;div style=&quot;&quot;&gt;&lt;b&gt;&lt;font style=&quot;font-size: 15px;&quot;&gt;Wysyłka danych HTTPS&lt;/font&gt;&lt;/b&gt;&lt;/div&gt;" vertex="1">
          <mxGeometry height="65" width="460" x="-10" as="geometry" />
        </mxCell>
        <mxCell id="zzqq1YDTvUKB0URQ00NY-172" parent="zzqq1YDTvUKB0URQ00NY-165" style="text;whiteSpace=wrap;html=1;align=center;" value="&lt;div style=&quot;&quot;&gt;&lt;span style=&quot;font-size: 11px; white-space: nowrap;&quot;&gt;ustawienie&amp;nbsp;&lt;/span&gt;&lt;br&gt;&lt;/div&gt;&lt;div style=&quot;font-size: 11px;&quot;&gt;&lt;span style=&quot;white-space: nowrap;&quot;&gt;URL kanału&lt;/span&gt;&lt;br&gt;&lt;/div&gt;&lt;div style=&quot;font-size: 11px;&quot;&gt;&lt;span style=&quot;white-space: nowrap;&quot;&gt;ThingSpeak&lt;/span&gt;&lt;/div&gt;" vertex="1">
          <mxGeometry height="70" width="150" x="-20" y="50" as="geometry" />
+         </mxCell>
+         <mxCell id="OzpKDRNCYeKXuGCUQMFv-4" edge="1" parent="1" source="zzqq1YDTvUKB0URQ00NY-47" style="endArrow=classic;html=1;rounded=0;exitX=0.494;exitY=0.996;exitDx=0;exitDy=0;exitPerimeter=0;" value="">
+           <mxGeometry height="50" relative="1" width="50" as="geometry">
+             <mxPoint x="901" y="150" as="sourcePoint" />
+             <mxPoint x="894.4015345268542" y="210" as="targetPoint" />
+           </mxGeometry>
+         </mxCell>
+         <mxCell id="OzpKDRNCYeKXuGCUQMFv-15" connectable="0" parent="1" style="group" value="" vertex="1">
+           <mxGeometry height="140" width="680" x="1180" y="300" as="geometry" />
+         </mxCell>
+         <mxCell id="OzpKDRNCYeKXuGCUQMFv-16" parent="OzpKDRNCYeKXuGCUQMFv-15" style="rounded=1;whiteSpace=wrap;html=1;fillColor=none;" value="" vertex="1">
+           <mxGeometry height="130" width="350" as="geometry" />
+         </mxCell>
+         <mxCell id="OzpKDRNCYeKXuGCUQMFv-17" connectable="0" parent="OzpKDRNCYeKXuGCUQMFv-15" style="group" value="" vertex="1">
+           <mxGeometry height="140" width="670" x="10" as="geometry" />
+         </mxCell>
+         <mxCell id="OzpKDRNCYeKXuGCUQMFv-18" connectable="0" parent="OzpKDRNCYeKXuGCUQMFv-17" style="group" value="" vertex="1">
+           <mxGeometry height="140" width="670" as="geometry" />
+         </mxCell>
+         <mxCell id="OzpKDRNCYeKXuGCUQMFv-19" parent="OzpKDRNCYeKXuGCUQMFv-18" style="html=1;shadow=0;dashed=0;align=center;verticalAlign=middle;shape=mxgraph.arrows2.arrow;dy=0;dx=10;notch=10;" value="" vertex="1">
+           <mxGeometry height="78" width="110" y="39" as="geometry" />
+         </mxCell>
+         <mxCell id="OzpKDRNCYeKXuGCUQMFv-20" parent="OzpKDRNCYeKXuGCUQMFv-18" style="html=1;shadow=0;dashed=0;align=center;verticalAlign=middle;shape=mxgraph.arrows2.arrow;dy=0;dx=10;notch=10;" value="" vertex="1">
+           <mxGeometry height="78" width="110" x="110" y="39" as="geometry" />
+         </mxCell>
+         <mxCell id="OzpKDRNCYeKXuGCUQMFv-53" edge="1" parent="OzpKDRNCYeKXuGCUQMFv-18" source="OzpKDRNCYeKXuGCUQMFv-21" style="edgeStyle=orthogonalEdgeStyle;rounded=0;orthogonalLoop=1;jettySize=auto;html=1;exitX=0.75;exitY=1;exitDx=0;exitDy=0;dashed=1;">
+           <mxGeometry relative="1" as="geometry">
+             <Array as="points">
+               <mxPoint x="193" y="160" />
+             </Array>
+             <mxPoint x="-80" y="160" as="targetPoint" />
+           </mxGeometry>
+         </mxCell>
+         <mxCell id="OzpKDRNCYeKXuGCUQMFv-21" parent="OzpKDRNCYeKXuGCUQMFv-18" style="text;whiteSpace=wrap;html=1;fontSize=11;align=center;" value="&lt;div style=&quot;&quot;&gt;&lt;div&gt;&lt;/div&gt;&lt;div&gt;&lt;span style=&quot;text-wrap-mode: nowrap;&quot;&gt;pozycjonowania&lt;/span&gt;&lt;/div&gt;&lt;div&gt;&lt;span style=&quot;text-wrap-mode: nowrap;&quot;&gt;&amp;nbsp;w trybie&lt;/span&gt;&lt;/div&gt;&lt;div&gt;&lt;span style=&quot;text-wrap-mode: nowrap;&quot;&gt;&amp;nbsp;Assisted GPS&lt;/span&gt;&lt;/div&gt;&lt;div&gt;&lt;span style=&quot;text-wrap-mode: nowrap;&quot;&gt;i odczyt lokalizacji&lt;/span&gt;&lt;/div&gt;&lt;/div&gt;" vertex="1">
+           <mxGeometry height="100" width="110" x="110" y="40" as="geometry" />
+         </mxCell>
+         <mxCell id="OzpKDRNCYeKXuGCUQMFv-24" parent="OzpKDRNCYeKXuGCUQMFv-18" style="text;whiteSpace=wrap;html=1;align=center;" value="&lt;div style=&quot;&quot;&gt;&lt;b&gt;&lt;font&gt;&lt;span style=&quot;font-size: 15px;&quot;&gt;Odczyt lokalizacji AGPS&lt;/span&gt;&lt;/font&gt;&lt;/b&gt;&lt;/div&gt;" vertex="1">
+           <mxGeometry height="30" width="330" x="-10" as="geometry" />
+         </mxCell>
+         <mxCell id="OzpKDRNCYeKXuGCUQMFv-25" parent="OzpKDRNCYeKXuGCUQMFv-18" style="text;whiteSpace=wrap;html=1;align=center;" value="&lt;div style=&quot;&quot;&gt;&lt;span style=&quot;font-size: 11px; text-wrap-mode: nowrap;&quot;&gt;uruchomienie&lt;/span&gt;&lt;/div&gt;&lt;div style=&quot;&quot;&gt;&lt;span style=&quot;font-size: 11px; text-wrap-mode: nowrap;&quot;&gt;odbiornika&amp;nbsp;&lt;/span&gt;&lt;/div&gt;&lt;div style=&quot;&quot;&gt;&lt;span style=&quot;font-size: 11px; text-wrap-mode: nowrap;&quot;&gt;GPS/GNSS&lt;/span&gt;&lt;/div&gt;" vertex="1">
+           <mxGeometry height="70" width="150" x="-20" y="50" as="geometry" />
+         </mxCell>
+         <mxCell id="OzpKDRNCYeKXuGCUQMFv-50" parent="OzpKDRNCYeKXuGCUQMFv-15" style="html=1;shadow=0;dashed=0;align=center;verticalAlign=middle;shape=mxgraph.arrows2.arrow;dy=0;dx=10;notch=10;" value="&lt;span style=&quot;font-size: 11px;&quot;&gt;wyłączenie&lt;/span&gt;&lt;div style=&quot;font-size: 11px;&quot;&gt;odbiornika&amp;nbsp;&lt;/div&gt;&lt;div style=&quot;font-size: 11px;&quot;&gt;GPS/GNSS&lt;/div&gt;" vertex="1">
+           <mxGeometry height="78" width="110" x="230" y="40" as="geometry" />
+         </mxCell>
+         <mxCell id="OzpKDRNCYeKXuGCUQMFv-52" edge="1" parent="1" style="edgeStyle=orthogonalEdgeStyle;rounded=0;orthogonalLoop=1;jettySize=auto;html=1;entryX=0.533;entryY=0.011;entryDx=0;entryDy=0;entryPerimeter=0;dashed=1;" target="OzpKDRNCYeKXuGCUQMFv-24">
+           <mxGeometry relative="1" as="geometry">
+             <Array as="points">
+               <mxPoint x="1356" y="260" />
+             </Array>
+             <mxPoint x="1140" y="260" as="sourcePoint" />
+           </mxGeometry>
+         </mxCell>
+         <mxCell id="OzpKDRNCYeKXuGCUQMFv-54" parent="1" style="text;strokeColor=none;fillColor=none;align=left;verticalAlign=middle;spacingLeft=4;spacingRight=4;overflow=hidden;points=[[0,0.5],[1,0.5]];portConstraint=eastwest;rotatable=0;whiteSpace=wrap;html=1;" value="Pomiar GPS raz w tygodniu&lt;div&gt;&lt;br&gt;&lt;/div&gt;" vertex="1">
+           <mxGeometry height="30" width="180" x="1160" y="240" as="geometry" />
        </mxCell>
      </root>
    </mxGraphModel>
  </diagram>
</mxfile>
